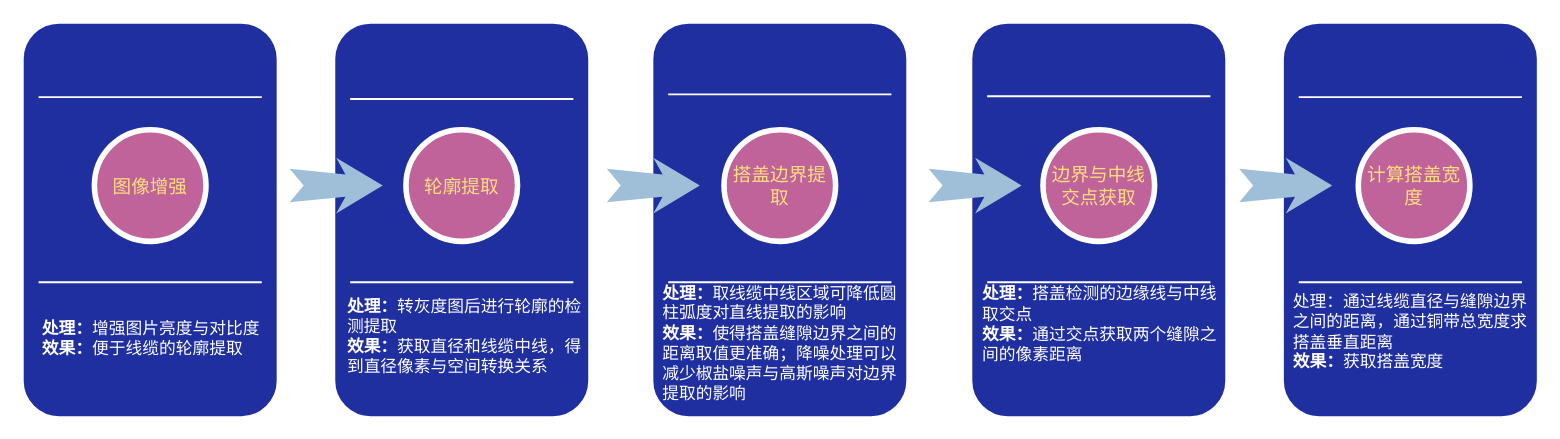
liuyi3013/colab keeps this draw.io diagram as 未命名绘图.drawio. Above is the earlier version. Source tidied: cells renumbered, new cells numbered last; positions are measured from the earlier drawing's top-left corner, leaving out a move shared by most shapes. Both pictures are drawn from the tidied source at 93%, with x=0, y=0 at pixel (20, 20).
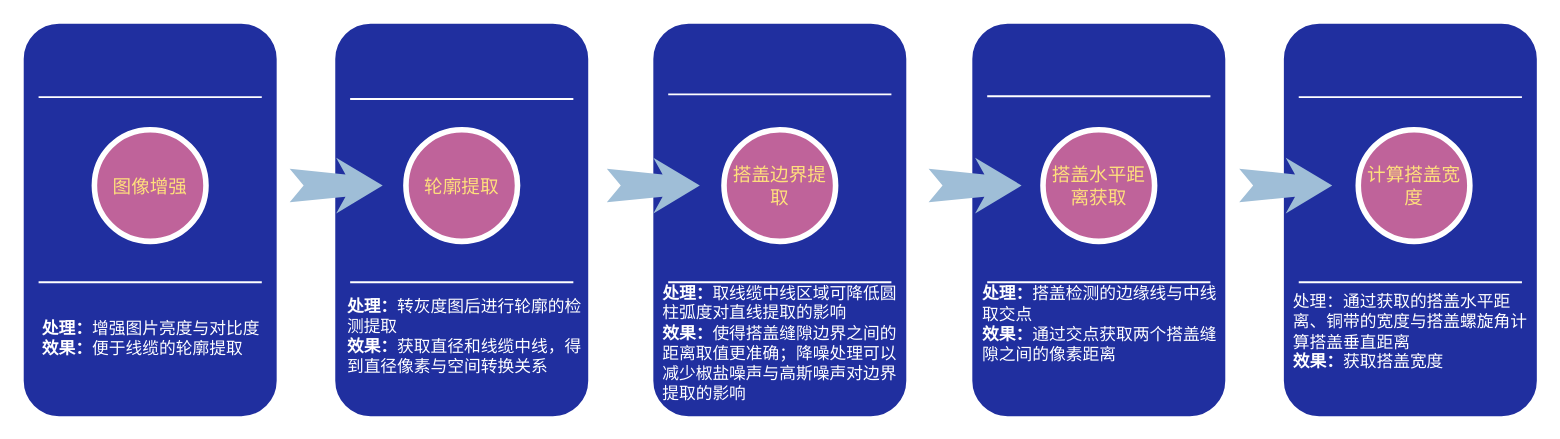
The same diagram, later.

Commit message:
更新未命名绘图.drawio

What changed in the source:
```diff
@@
-    <mxCell id="15" value="&lt;b&gt;处理：&lt;/b&gt;搭盖检测的边缘线与中线取交点&lt;br&gt;&lt;b&gt;效果：&lt;/b&gt;通过交点获取两个缝隙之间的像素距离" style="text;html=1;strokeColor=none;fillColor=none;align=left;verticalAlign=middle;whiteSpace=wrap;rounded=0;shadow=0;fontSize=18;fontColor=#FFFFFF;" parent="1" vertex="1">
+    <mxCell id="15" value="&lt;b&gt;处理：&lt;/b&gt;搭盖检测的边缘线与中线取交点&lt;br&gt;&lt;b&gt;效果：&lt;/b&gt;通过交点获取两个搭盖缝隙之间的像素距离" style="text;html=1;strokeColor=none;fillColor=none;align=left;verticalAlign=middle;whiteSpace=wrap;rounded=0;shadow=0;fontSize=18;fontColor=#FFFFFF;" parent="1" vertex="1">
       <mxGeometry x="1033" y="283" width="267" height="90" as="geometry" />
     </mxCell>
@@
-    <mxCell id="18" value="边界与中线交点获取" style="ellipse;whiteSpace=wrap;html=1;rounded=0;shadow=0;strokeWidth=6;fontSize=20;align=center;fillColor=#BF639A;strokeColor=#FFFFFF;fontColor=#FFE07C;" parent="1" vertex="1">
+    <mxCell id="18" value="搭盖水平距离获取" style="ellipse;whiteSpace=wrap;html=1;rounded=0;shadow=0;strokeWidth=6;fontSize=20;align=center;fillColor=#BF639A;strokeColor=#FFFFFF;fontColor=#FFE07C;" parent="1" vertex="1">
       <mxGeometry x="1100" y="118" width="120" height="120" as="geometry" />
     </mxCell>
@@
-    <mxCell id="21" value="&lt;span style=&quot;background-color: initial;&quot;&gt;处理：通过线缆直径与缝隙边界之间的距离，通过铜带总宽度求搭盖垂直距离&lt;br&gt;&lt;b&gt;效果：&lt;/b&gt;获取搭盖宽度&lt;br&gt;&lt;/span&gt;" style="text;html=1;strokeColor=none;fillColor=none;align=left;verticalAlign=middle;whiteSpace=wrap;rounded=0;shadow=0;fontSize=18;fontColor=#FFFFFF;" parent="1" vertex="1">
+    <mxCell id="21" value="&lt;span style=&quot;background-color: initial;&quot;&gt;处理：通过获取的搭盖水平距离、铜带的宽度与搭盖螺旋角计算搭盖垂直距离&lt;br&gt;&lt;b&gt;效果：&lt;/b&gt;获取搭盖宽度&lt;br&gt;&lt;/span&gt;" style="text;html=1;strokeColor=none;fillColor=none;align=left;verticalAlign=middle;whiteSpace=wrap;rounded=0;shadow=0;fontSize=18;fontColor=#FFFFFF;" parent="1" vertex="1">
       <mxGeometry x="1367" y="291" width="268" height="90" as="geometry" />
     </mxCell>
```
